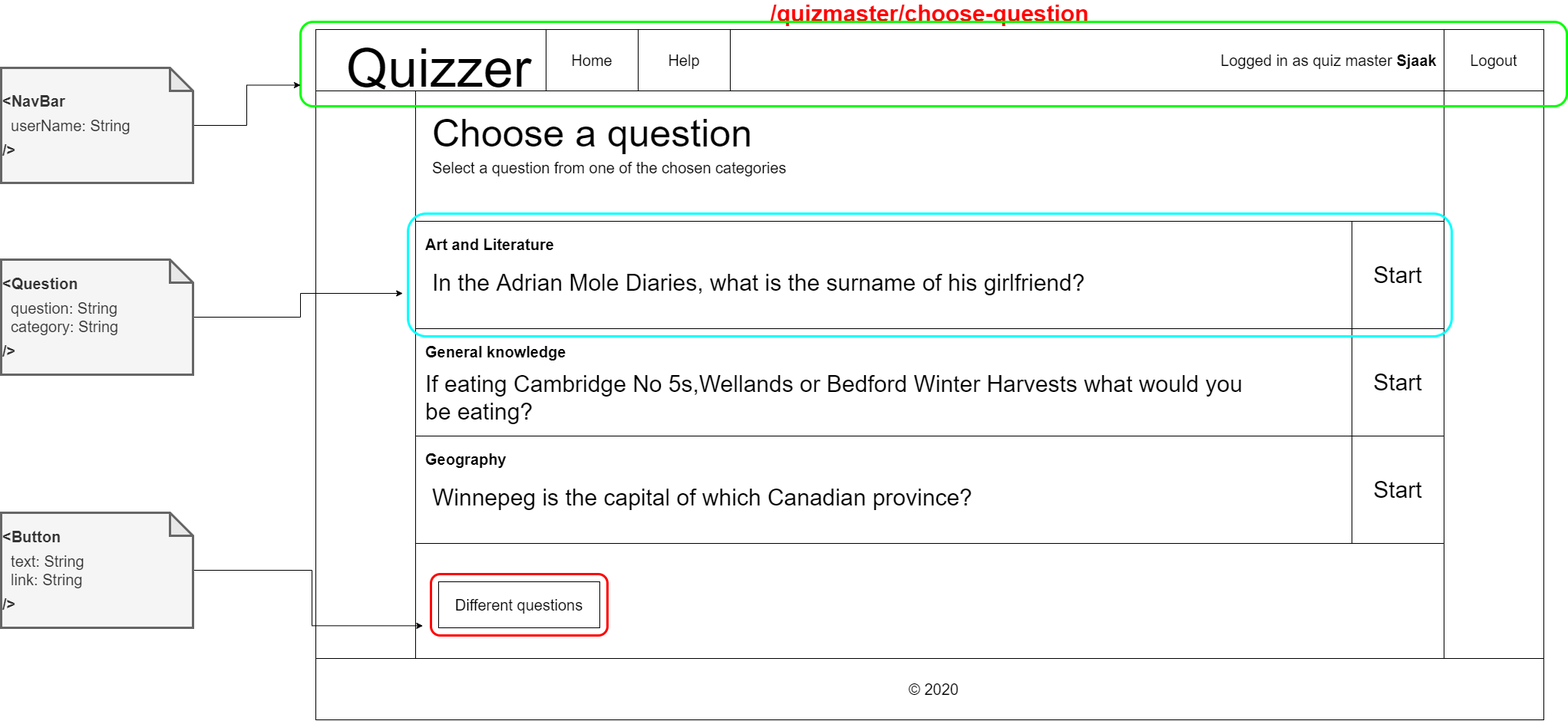
The draw.io diagram docs/wireframes-with-react-components/quizmaster-questions.png in IkBenDeSjaak/Quizzer, before a commit. Source tidied: cells renumbered, new cells last; positions are measured from the earlier drawing's top-left corner, leaving out a move shared by most shapes. Source of this version:
```xml
<mxGraphModel>
  <root>
    <mxCell id="0" />
    <mxCell id="1" parent="0" />
    <mxCell id="2" style="group;" parent="1" vertex="1">
      <mxGeometry x="410" y="10" width="1630" height="900" as="geometry" />
    </mxCell>
    <mxCell id="3" value="/quizmaster/choose-question" style="rounded=0;whiteSpace=wrap;html=1;fontStyle=1;fontSize=30;labelPosition=center;verticalLabelPosition=top;align=center;verticalAlign=bottom;fontColor=#FF0000;" parent="2" vertex="1">
      <mxGeometry width="1600" height="900" as="geometry" />
    </mxCell>
    <mxCell id="4" style="rounded=0;whiteSpace=wrap;html=1;" parent="2" vertex="1">
      <mxGeometry width="1600" height="80" as="geometry" />
    </mxCell>
    <mxCell id="5" value="&lt;font style=&quot;font-size: 70px&quot;&gt;Quizzer&lt;/font&gt;" style="text;html=1;align=center;verticalAlign=middle;" parent="2" vertex="1">
      <mxGeometry x="30" y="30" width="260" height="40" as="geometry" />
    </mxCell>
    <mxCell id="6" style="rounded=0;whiteSpace=wrap;html=1;" parent="2" vertex="1">
      <mxGeometry x="130" y="80" width="1340" height="740" as="geometry" />
    </mxCell>
    <mxCell id="7" style="rounded=0;whiteSpace=wrap;html=1;" parent="2" vertex="1">
      <mxGeometry y="820" width="1600" height="80" as="geometry" />
    </mxCell>
    <mxCell id="8" value="&lt;font style=&quot;font-size: 20px&quot;&gt;© 2020&lt;/font&gt;" style="text;html=1;align=center;verticalAlign=middle;" parent="2" vertex="1">
      <mxGeometry x="765" y="850" width="80" height="20" as="geometry" />
    </mxCell>
    <mxCell id="9" value="Home" style="rounded=0;whiteSpace=wrap;html=1;fontSize=20;" parent="2" vertex="1">
      <mxGeometry x="300" width="120" height="80" as="geometry" />
    </mxCell>
    <mxCell id="10" value="Help" style="rounded=0;whiteSpace=wrap;html=1;fontSize=20;" parent="2" vertex="1">
      <mxGeometry x="420" width="120" height="80" as="geometry" />
    </mxCell>
    <mxCell id="11" style="rounded=0;whiteSpace=wrap;html=1;" parent="2" vertex="1">
      <mxGeometry x="130" y="80" width="1340" height="170" as="geometry" />
    </mxCell>
    <mxCell id="12" value="&lt;span style=&quot;font-size: 20px&quot;&gt;Select a question from one of the chosen categories&lt;/span&gt;" style="text;html=1;strokeColor=none;fillColor=none;align=left;verticalAlign=middle;whiteSpace=wrap;rounded=0;" parent="2" vertex="1">
      <mxGeometry x="150" y="170" width="570" height="20" as="geometry" />
    </mxCell>
    <mxCell id="13" value="&lt;span style=&quot;font-size: 50px&quot;&gt;Choose a question&lt;/span&gt;" style="text;html=1;align=left;verticalAlign=middle;" parent="2" vertex="1">
      <mxGeometry x="150" y="120" width="430" height="30" as="geometry" />
    </mxCell>
    <mxCell id="14" style="rounded=0;whiteSpace=wrap;html=1;align=left;" parent="2" vertex="1">
      <mxGeometry x="130" y="250" width="1340" height="140" as="geometry" />
    </mxCell>
    <mxCell id="15" value="&lt;div style=&quot;text-align: right&quot;&gt;Logged in as quiz master &lt;b&gt;Sjaak&lt;/b&gt;&lt;/div&gt;" style="text;html=1;strokeColor=none;fillColor=none;align=center;verticalAlign=middle;whiteSpace=wrap;rounded=0;fontSize=20;" parent="2" vertex="1">
      <mxGeometry x="1170" y="30" width="300" height="20" as="geometry" />
    </mxCell>
    <mxCell id="16" value="Logout" style="rounded=0;whiteSpace=wrap;html=1;fontSize=20;" parent="2" vertex="1">
      <mxGeometry x="1470" width="130" height="80" as="geometry" />
    </mxCell>
    <mxCell id="17" value="&lt;font style=&quot;font-size: 20px&quot;&gt;Different questions&lt;/font&gt;" style="rounded=0;whiteSpace=wrap;html=1;" parent="2" vertex="1">
      <mxGeometry x="160" y="720" width="210" height="60" as="geometry" />
    </mxCell>
    <mxCell id="18" value="&lt;span style=&quot;font-size: 20px&quot;&gt;&lt;b&gt;Art and Literature&lt;/b&gt;&lt;/span&gt;" style="text;html=1;strokeColor=none;fillColor=none;align=left;verticalAlign=middle;whiteSpace=wrap;rounded=0;" parent="2" vertex="1">
      <mxGeometry x="141" y="270" width="239" height="20" as="geometry" />
    </mxCell>
    <mxCell id="19" value="&lt;span style=&quot;background-color: rgb(255 , 255 , 255) ; font-size: 30px&quot;&gt;In the Adrian Mole Diaries, what is the surname of his girlfriend?&lt;/span&gt;" style="text;html=1;strokeColor=none;fillColor=none;align=left;verticalAlign=middle;whiteSpace=wrap;rounded=0;fontSize=30;" parent="2" vertex="1">
      <mxGeometry x="150" y="320" width="900" height="20" as="geometry" />
    </mxCell>
    <mxCell id="20" style="rounded=0;whiteSpace=wrap;html=1;align=left;" parent="2" vertex="1">
      <mxGeometry x="130" y="390" width="1340" height="140" as="geometry" />
    </mxCell>
    <mxCell id="21" value="If eating Cambridge No 5s,Wellands or Bedford Winter Harvests what would you be eating?" style="text;html=1;strokeColor=none;fillColor=none;align=left;verticalAlign=middle;whiteSpace=wrap;rounded=0;fontSize=30;" parent="2" vertex="1">
      <mxGeometry x="141" y="470" width="1100" height="20" as="geometry" />
    </mxCell>
    <mxCell id="22" value="&lt;b style=&quot;font-size: 20px&quot;&gt;General knowledge&lt;/b&gt;" style="text;html=1;strokeColor=none;fillColor=none;align=left;verticalAlign=middle;whiteSpace=wrap;rounded=0;" parent="2" vertex="1">
      <mxGeometry x="141" y="410" width="239" height="20" as="geometry" />
    </mxCell>
    <mxCell id="23" style="rounded=0;whiteSpace=wrap;html=1;align=left;" parent="2" vertex="1">
      <mxGeometry x="130" y="530" width="1340" height="140" as="geometry" />
    </mxCell>
    <mxCell id="24" value="Winnepeg is the capital of which Canadian province?" style="text;html=1;strokeColor=none;fillColor=none;align=left;verticalAlign=middle;whiteSpace=wrap;rounded=0;fontSize=30;" parent="2" vertex="1">
      <mxGeometry x="150" y="600" width="900" height="20" as="geometry" />
    </mxCell>
    <mxCell id="25" value="&lt;b style=&quot;font-size: 20px&quot;&gt;Geography&lt;/b&gt;" style="text;html=1;strokeColor=none;fillColor=none;align=left;verticalAlign=middle;whiteSpace=wrap;rounded=0;" parent="2" vertex="1">
      <mxGeometry x="141" y="550" width="239" height="20" as="geometry" />
    </mxCell>
    <mxCell id="26" value="Start" style="rounded=0;whiteSpace=wrap;html=1;fontSize=30;align=center;" parent="2" vertex="1">
      <mxGeometry x="1350" y="250" width="120" height="140" as="geometry" />
    </mxCell>
    <mxCell id="27" value="Start" style="rounded=0;whiteSpace=wrap;html=1;fontSize=30;align=center;" parent="2" vertex="1">
      <mxGeometry x="1350" y="390" width="120" height="140" as="geometry" />
    </mxCell>
    <mxCell id="28" value="Start" style="rounded=0;whiteSpace=wrap;html=1;fontSize=30;align=center;" parent="2" vertex="1">
      <mxGeometry x="1350" y="530" width="120" height="140" as="geometry" />
    </mxCell>
    <mxCell id="29" style="rounded=1;whiteSpace=wrap;html=1;fillColor=none;strokeColor=#00FF00;strokeWidth=3;" parent="2" vertex="1">
      <mxGeometry x="-20" y="-10" width="1650" height="110" as="geometry" />
    </mxCell>
    <mxCell id="30" style="rounded=1;whiteSpace=wrap;html=1;strokeWidth=3;fillColor=none;strokeColor=#00FFFF;" parent="2" vertex="1">
      <mxGeometry x="120" y="240" width="1360" height="160" as="geometry" />
    </mxCell>
    <mxCell id="31" style="rounded=1;whiteSpace=wrap;html=1;strokeWidth=3;fillColor=none;strokeColor=#FF0000;" parent="2" vertex="1">
      <mxGeometry x="150" y="710" width="230" height="80" as="geometry" />
    </mxCell>
    <mxCell id="32" style="edgeStyle=orthogonalEdgeStyle;rounded=0;jettySize=auto;html=1;entryX=0;entryY=0.75;entryDx=0;entryDy=0;" parent="1" edge="1" source="33" target="29">
      <mxGeometry relative="1" as="geometry" />
    </mxCell>
    <mxCell id="33" value="&lt;b style=&quot;font-size: 20px&quot;&gt;&amp;lt;NavBar&lt;/b&gt;&lt;br style=&quot;font-size: 20px&quot;&gt;&lt;span style=&quot;font-size: 20px&quot;&gt;&amp;nbsp; userName: String&amp;nbsp;&amp;nbsp;&lt;/span&gt;&lt;br style=&quot;font-size: 20px&quot;&gt;&lt;div&gt;&lt;b style=&quot;font-size: 20px&quot;&gt;/&amp;gt;&lt;/b&gt;&lt;/div&gt;" style="shape=note;whiteSpace=wrap;html=1;backgroundOutline=1;darkOpacity=0.05;strokeWidth=3;fillColor=#f5f5f5;strokeColor=#666666;fontColor=#333333;align=left;" parent="1" vertex="1">
      <mxGeometry y="60" width="250" height="150" as="geometry" />
    </mxCell>
    <mxCell id="34" style="edgeStyle=orthogonalEdgeStyle;rounded=0;jettySize=auto;html=1;entryX=-0.005;entryY=0.65;entryDx=0;entryDy=0;entryPerimeter=0;" parent="1" edge="1" source="35" target="30">
      <mxGeometry relative="1" as="geometry" />
    </mxCell>
    <mxCell id="35" value="&lt;b style=&quot;font-size: 20px&quot;&gt;&amp;lt;Question&lt;/b&gt;&lt;br style=&quot;font-size: 20px&quot;&gt;&lt;span style=&quot;font-size: 20px&quot;&gt;&amp;nbsp; question: String&lt;br&gt;&amp;nbsp; category: String&amp;nbsp;&lt;/span&gt;&lt;br style=&quot;font-size: 20px&quot;&gt;&lt;div&gt;&lt;b style=&quot;font-size: 20px&quot;&gt;/&amp;gt;&lt;/b&gt;&lt;/div&gt;" style="shape=note;whiteSpace=wrap;html=1;backgroundOutline=1;darkOpacity=0.05;strokeWidth=3;fillColor=#f5f5f5;strokeColor=#666666;fontColor=#333333;align=left;" parent="1" vertex="1">
      <mxGeometry y="310" width="250" height="150" as="geometry" />
    </mxCell>
    <mxCell id="36" style="edgeStyle=orthogonalEdgeStyle;rounded=0;jettySize=auto;html=1;entryX=-0.046;entryY=0.842;entryDx=0;entryDy=0;entryPerimeter=0;" parent="1" edge="1" source="37" target="31">
      <mxGeometry relative="1" as="geometry" />
    </mxCell>
    <mxCell id="37" value="&lt;b style=&quot;font-size: 20px&quot;&gt;&amp;lt;Button&lt;/b&gt;&lt;br style=&quot;font-size: 20px&quot;&gt;&lt;span style=&quot;font-size: 20px&quot;&gt;&amp;nbsp; text: String&lt;br&gt;&amp;nbsp; link: String&amp;nbsp;&amp;nbsp;&lt;/span&gt;&lt;br style=&quot;font-size: 20px&quot;&gt;&lt;div&gt;&lt;b style=&quot;font-size: 20px&quot;&gt;/&amp;gt;&lt;/b&gt;&lt;/div&gt;" style="shape=note;whiteSpace=wrap;html=1;backgroundOutline=1;darkOpacity=0.05;strokeWidth=3;fillColor=#f5f5f5;strokeColor=#666666;fontColor=#333333;align=left;" parent="1" vertex="1">
      <mxGeometry y="640" width="250" height="150" as="geometry" />
    </mxCell>
  </root>
</mxGraphModel>
```
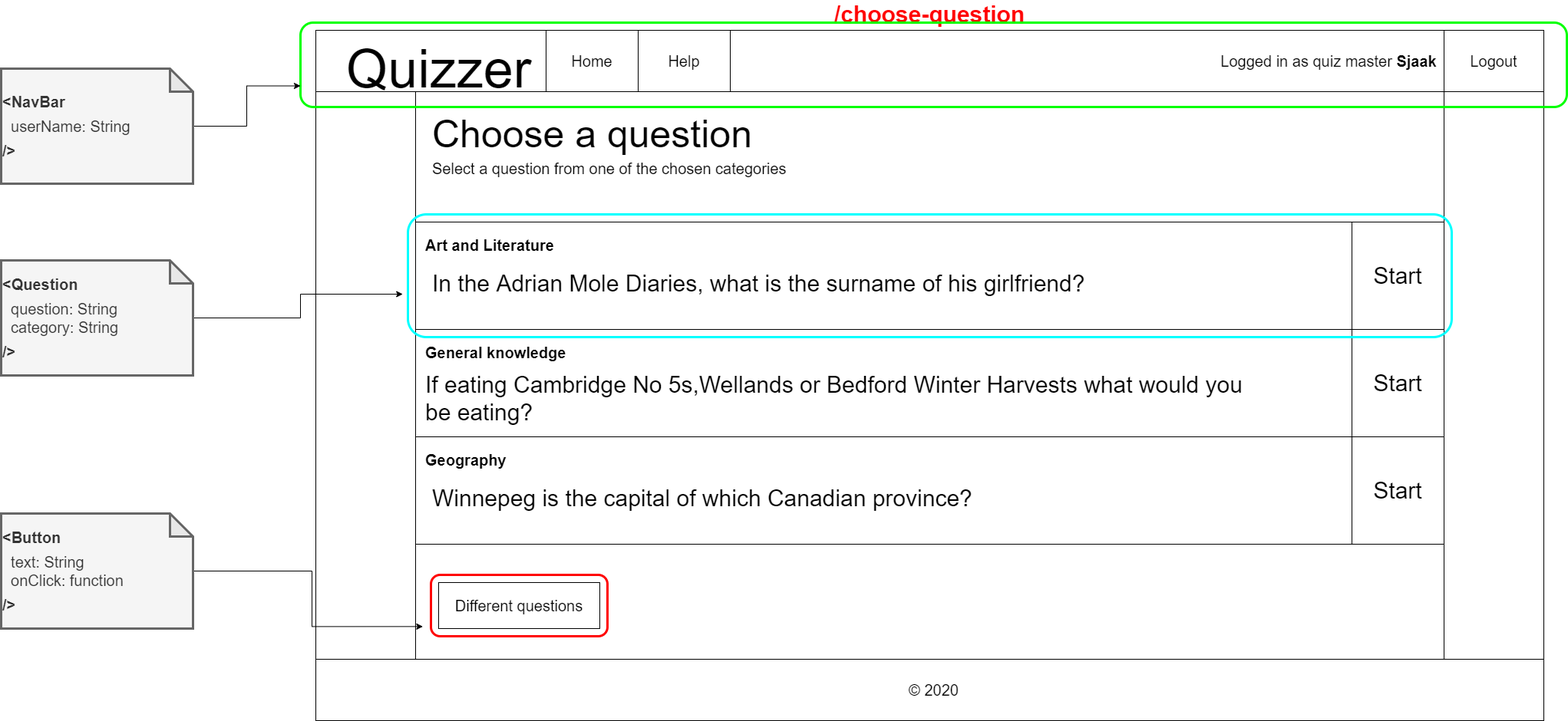
The same file after the commit.

The edit, as a diff of the source:
```diff
@@ -5,7 +5,7 @@
     <mxCell id="2" style="group;" parent="1" vertex="1">
       <mxGeometry x="410" y="10" width="1630" height="900" as="geometry" />
     </mxCell>
-    <mxCell id="3" value="/quizmaster/choose-question" style="rounded=0;whiteSpace=wrap;html=1;fontStyle=1;fontSize=30;labelPosition=center;verticalLabelPosition=top;align=center;verticalAlign=bottom;fontColor=#FF0000;" parent="2" vertex="1">
+    <mxCell id="3" value="/choose-question" style="rounded=0;whiteSpace=wrap;html=1;fontStyle=1;fontSize=30;labelPosition=center;verticalLabelPosition=top;align=center;verticalAlign=bottom;fontColor=#FF0000;" parent="2" vertex="1">
       <mxGeometry width="1600" height="900" as="geometry" />
     </mxCell>
     <mxCell id="4" style="rounded=0;whiteSpace=wrap;html=1;" parent="2" vertex="1">
@@ -107,7 +107,7 @@
     <mxCell id="36" style="edgeStyle=orthogonalEdgeStyle;rounded=0;jettySize=auto;html=1;entryX=-0.046;entryY=0.842;entryDx=0;entryDy=0;entryPerimeter=0;" parent="1" edge="1" source="37" target="31">
       <mxGeometry relative="1" as="geometry" />
     </mxCell>
-    <mxCell id="37" value="&lt;b style=&quot;font-size: 20px&quot;&gt;&amp;lt;Button&lt;/b&gt;&lt;br style=&quot;font-size: 20px&quot;&gt;&lt;span style=&quot;font-size: 20px&quot;&gt;&amp;nbsp; text: String&lt;br&gt;&amp;nbsp; link: String&amp;nbsp;&amp;nbsp;&lt;/span&gt;&lt;br style=&quot;font-size: 20px&quot;&gt;&lt;div&gt;&lt;b style=&quot;font-size: 20px&quot;&gt;/&amp;gt;&lt;/b&gt;&lt;/div&gt;" style="shape=note;whiteSpace=wrap;html=1;backgroundOutline=1;darkOpacity=0.05;strokeWidth=3;fillColor=#f5f5f5;strokeColor=#666666;fontColor=#333333;align=left;" parent="1" vertex="1">
+    <mxCell id="37" value="&lt;b style=&quot;font-size: 20px&quot;&gt;&amp;lt;Button&lt;/b&gt;&lt;br style=&quot;font-size: 20px&quot;&gt;&lt;span style=&quot;font-size: 20px&quot;&gt;&amp;nbsp; text: String&lt;br&gt;&amp;nbsp; onClick: function&amp;nbsp;&amp;nbsp;&lt;/span&gt;&lt;br style=&quot;font-size: 20px&quot;&gt;&lt;div&gt;&lt;b style=&quot;font-size: 20px&quot;&gt;/&amp;gt;&lt;/b&gt;&lt;/div&gt;" style="shape=note;whiteSpace=wrap;html=1;backgroundOutline=1;darkOpacity=0.05;strokeWidth=3;fillColor=#f5f5f5;strokeColor=#666666;fontColor=#333333;align=left;" parent="1" vertex="1">
       <mxGeometry y="640" width="250" height="150" as="geometry" />
     </mxCell>
   </root>
```
